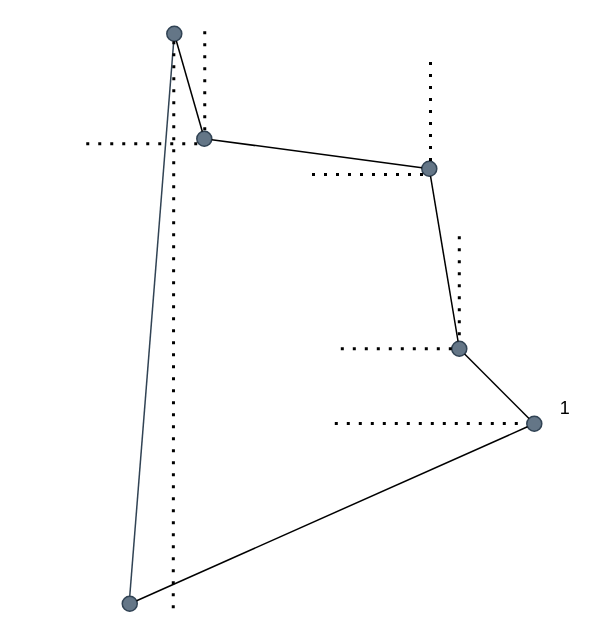
Above: resources/infografika/fig5.drawio in malirl/MP (draw.io), before the change. Source tidied: cells renumbered, new cells numbered last; positions are measured from the earlier drawing's top-left corner, leaving out a move shared by most shapes. Both pictures are drawn from the tidied source at 150%, with x=0, y=0 at pixel (76, 26).
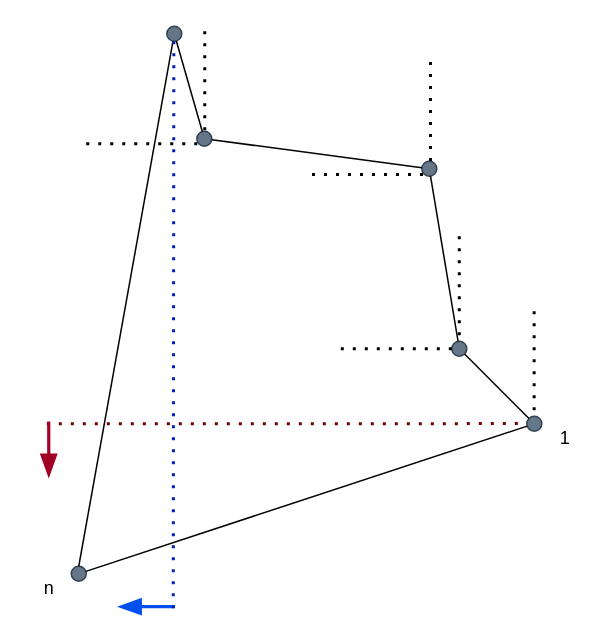
After the change.

The change refers to these unchanged cells:
```xml
<mxCell id="16" style="ellipse;whiteSpace=wrap;html=1;fillColor=#647687;fontColor=#ffffff;strokeColor=#314354;" parent="1" vertex="1">
  <mxGeometry x="59.7" width="10" height="10" as="geometry" />
</mxCell>
```

Change to the diagram source:
```diff
@@
+    <mxCell id="23" style="shape=flexArrow;endArrow=classic;html=1;rounded=0;width=2.1333333333333333;endSize=5.208;endWidth=8.764444444444445;strokeColor=none;fillColor=#0050ef;" parent="1" edge="1">
+      <mxGeometry x="-0.22" relative="1" as="geometry">
+        <mxPoint x="65.7" y="386.9" as="sourcePoint" />
+        <mxPoint x="26" y="387" as="targetPoint" />
+        <Array as="points">
+          <mxPoint x="45.7" y="386.9" />
+        </Array>
+      </mxGeometry>
+    </mxCell>
-    <mxCell id="2" style="endArrow=none;dashed=1;html=1;dashPattern=1 3;strokeWidth=2;rounded=0;" parent="1" edge="1">
+    <mxCell id="2" style="endArrow=none;dashed=1;html=1;dashPattern=1 3;strokeWidth=2;rounded=0;fillColor=#a20025;strokeColor=#6F0000;" parent="1" edge="1">
       <mxGeometry relative="1" as="geometry">
         <mxPoint x="309.7" y="264.9" as="sourcePoint" />
-        <mxPoint x="169.3" y="264.8" as="targetPoint" />
+        <mxPoint x="-24" y="265" as="targetPoint" />
       </mxGeometry>
     </mxCell>
@@
     <mxCell id="18" value="1" style="text;html=1;align=center;verticalAlign=middle;strokeColor=none;fillColor=none;" parent="1" vertex="1">
-      <mxGeometry x="309.7" y="240" width="30" height="30" as="geometry" />
+      <mxGeometry x="309.7" y="260" width="30" height="30" as="geometry" />
     </mxCell>
     <mxCell id="19" style="ellipse;whiteSpace=wrap;html=1;fillColor=#647687;fontColor=#ffffff;strokeColor=#314354;" parent="1" vertex="1">
-      <mxGeometry x="30" y="380" width="10" height="10" as="geometry" />
+      <mxGeometry x="-4" y="360" width="10" height="10" as="geometry" />
     </mxCell>
@@
-    <mxCell id="21" style="endArrow=none;html=1;rounded=0;fillColor=#647687;strokeColor=#314354;exitX=0.5;exitY=0;exitDx=0;exitDy=0;" parent="1" edge="1" source="19" target="16">
+    <mxCell id="21" style="endArrow=none;html=1;rounded=0;fillColor=#f5f5f5;strokeColor=default;exitX=0.5;exitY=0;exitDx=0;exitDy=0;" parent="1" edge="1" source="19" target="16">
       <mxGeometry relative="1" as="geometry" />
     </mxCell>
-    <mxCell id="22" style="endArrow=none;dashed=1;html=1;dashPattern=1 3;strokeWidth=2;rounded=0;" parent="1" edge="1">
+    <mxCell id="22" style="endArrow=none;dashed=1;html=1;dashPattern=1 3;strokeWidth=2;rounded=0;fillColor=#0050ef;strokeColor=#001DBC;" parent="1" edge="1">
       <mxGeometry relative="1" as="geometry">
         <mxPoint x="64.4" y="10" as="sourcePoint" />
         <mxPoint x="64" y="392" as="targetPoint" />
       </mxGeometry>
     </mxCell>
+    <mxCell id="24" style="endArrow=none;dashed=1;html=1;dashPattern=1 3;strokeWidth=2;rounded=0;" parent="1" edge="1">
+      <mxGeometry x="0.77" y="51" relative="1" as="geometry">
+        <mxPoint x="304.6" y="190" as="sourcePoint" />
+        <mxPoint x="304.6" y="260" as="targetPoint" />
+      </mxGeometry>
+    </mxCell>
+    <mxCell id="25" value="n" style="text;html=1;align=center;verticalAlign=middle;strokeColor=none;fillColor=none;" parent="1" vertex="1">
+      <mxGeometry x="-34" y="360" width="30" height="30" as="geometry" />
+    </mxCell>
+    <mxCell id="26" style="shape=flexArrow;endArrow=classic;html=1;rounded=0;width=2.1333333333333333;endSize=5.208;endWidth=8.764444444444445;strokeColor=none;fillColor=#a20025;" parent="1" edge="1">
+      <mxGeometry relative="1" as="geometry">
+        <mxPoint x="-19" y="263" as="sourcePoint" />
+        <mxPoint x="-19" y="302" as="targetPoint" />
+        <Array as="points">
+          <mxPoint x="-19" y="291" />
+        </Array>
+      </mxGeometry>
+    </mxCell>
```
